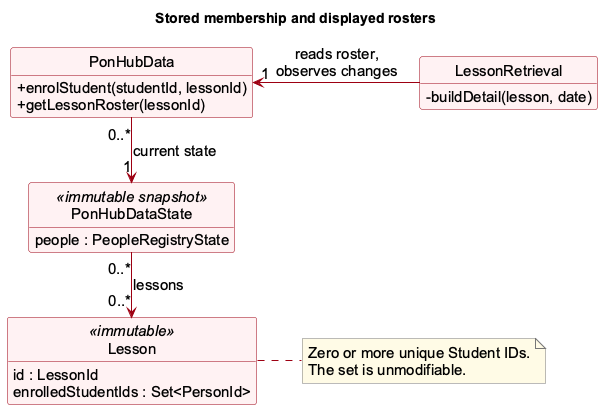
The PlantUML diagram docs/images/StudentEnrolmentClassDiagram.png in AY2627S1-CS2103T-F13-3/tp, before a commit.
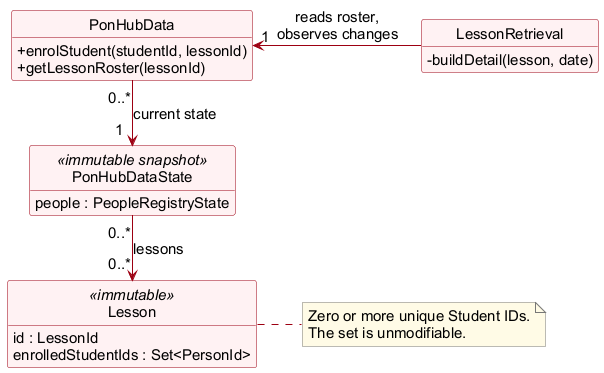
After the change.

Diff of the diagram source:
```diff
@@ -14,7 +14,6 @@
 hide circle
 hide empty members
 
-title Stored membership and displayed rosters
 class PonHubData {
   + enrolStudent(studentId, lessonId)
   + getLessonRoster(lessonId)
@@ -30,9 +29,9 @@
   - buildDetail(lesson, date)
 }
 
-PonHubData "0..*" -down-> "1" PonHubDataState : current state
+PonHubData "0..*" -down-> "1<U+00A0><U+00A0>" PonHubDataState : current state
 PonHubDataState "0..*" -down-> "0..*" Lesson : lessons
-LessonRetrieval -left-> "1" PonHubData : reads roster,\nobserves changes
+LessonRetrieval -left-> "1<U+00A0><U+00A0>" PonHubData : reads roster,\nobserves changes
 
 note as RosterRule
   Zero or more unique Student IDs.
```
